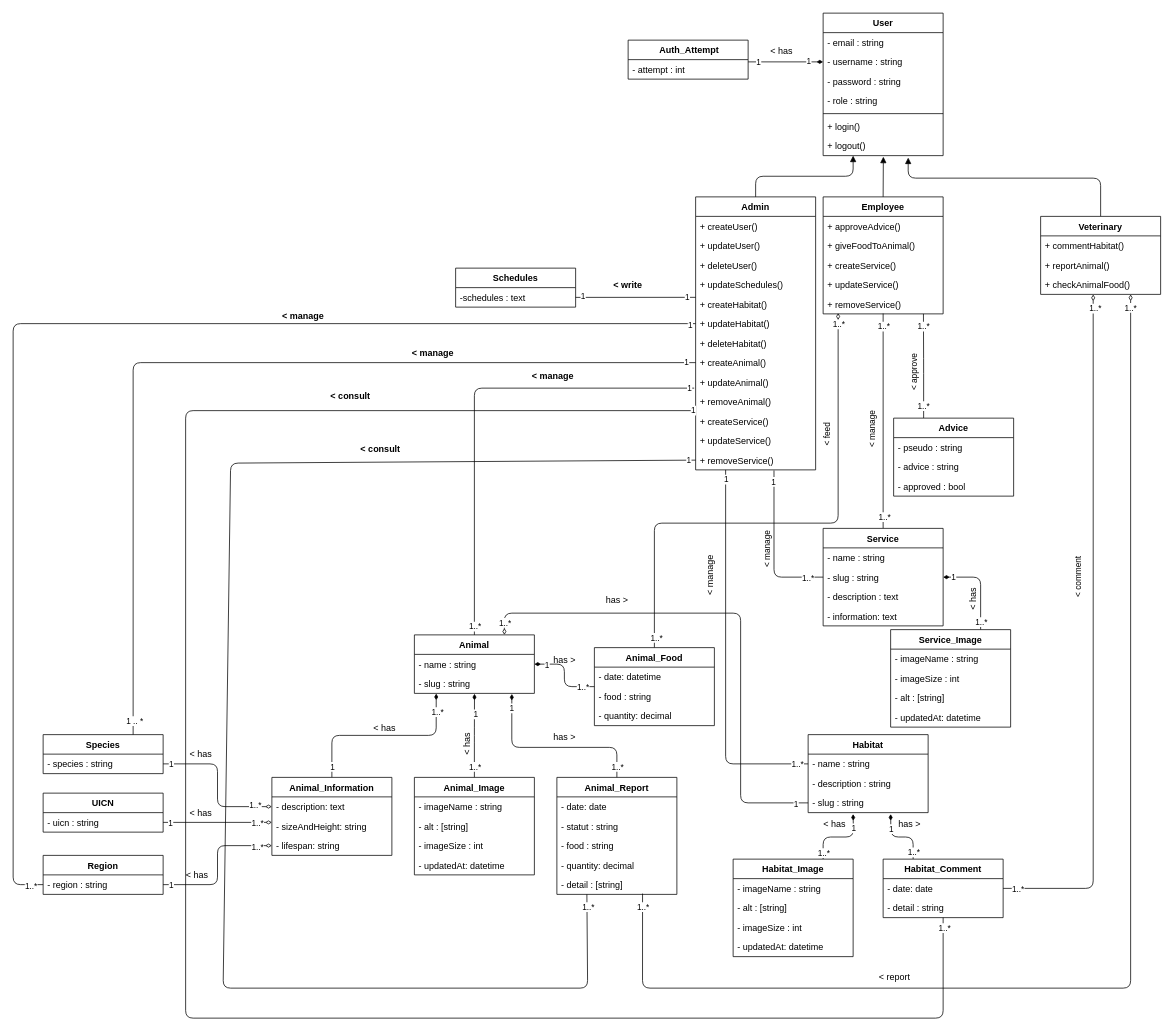
YoanMen/arcadia-symfony keeps this draw.io diagram as documents/diagramme-de-class.drawio. Above is the earlier version. Source tidied: cells renumbered, new cells numbered last; positions are measured from the earlier drawing's top-left corner, leaving out a move shared by most shapes. Both pictures are drawn from the tidied source at 75%, with x=0, y=0 at pixel (13, 13).
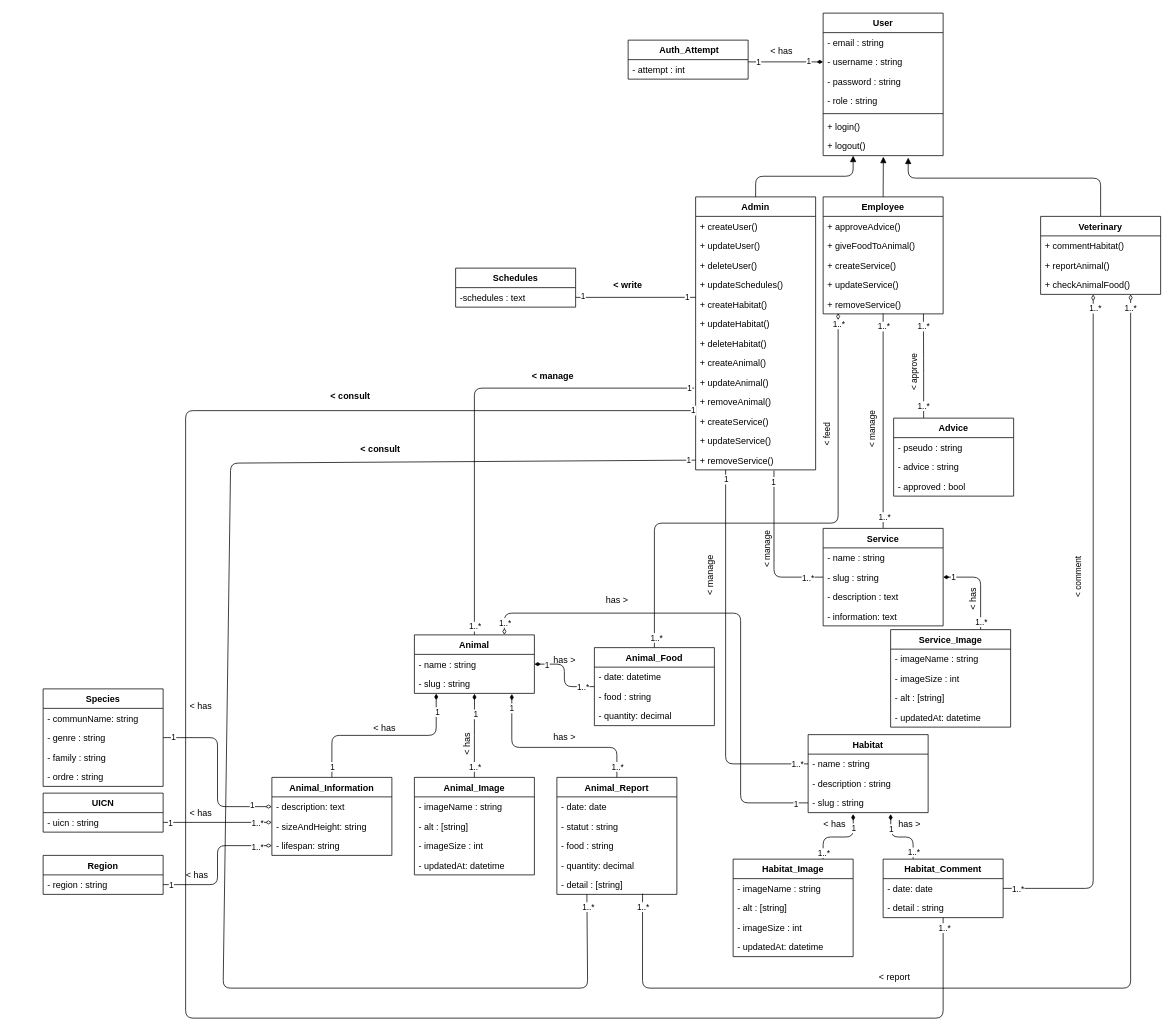
After the change.

Unchanged cells that the change refers to:
```xml
<mxCell id="17" value="+ updateHabitat()" style="text;strokeColor=none;fillColor=none;align=left;verticalAlign=top;spacingLeft=4;spacingRight=4;overflow=hidden;points=[[0,0.5],[1,0.5]];portConstraint=eastwest;" parent="11" vertex="1">
  <mxGeometry y="156" width="160" height="26" as="geometry" />
</mxCell>
<mxCell id="19" value="+ createAnimal()" style="text;strokeColor=none;fillColor=none;align=left;verticalAlign=top;spacingLeft=4;spacingRight=4;overflow=hidden;points=[[0,0.5],[1,0.5]];portConstraint=eastwest;" parent="11" vertex="1">
  <mxGeometry y="208" width="160" height="26" as="geometry" />
</mxCell>
<mxCell id="82" style="edgeStyle=orthogonalEdgeStyle;html=1;exitX=0.5;exitY=0;exitDx=0;exitDy=0;endArrow=diamondThin;endFill=1;entryX=0.182;entryY=1.011;entryDx=0;entryDy=0;entryPerimeter=0;" parent="1" edge="1" source="85" target="45">
  <mxGeometry relative="1" as="geometry" />
</mxCell>
<mxCell id="176" value="- region : string" style="text;strokeColor=none;fillColor=none;align=left;verticalAlign=top;spacingLeft=4;spacingRight=4;overflow=hidden;points=[[0,0.5],[1,0.5]];portConstraint=eastwest;" parent="175" vertex="1">
  <mxGeometry y="26" width="160" height="26" as="geometry" />
</mxCell>
<mxCell id="182" style="edgeStyle=orthogonalEdgeStyle;html=1;exitX=1;exitY=0.5;exitDx=0;exitDy=0;entryX=0;entryY=0.5;entryDx=0;entryDy=0;endArrow=diamondThin;endFill=0;" parent="1" edge="1" source="181" target="86">
  <mxGeometry relative="1" as="geometry" />
</mxCell>
```

Diff of the diagram source:
```diff
@@
-    <mxCell id="84" value="1..*" style="edgeLabel;html=1;align=center;verticalAlign=middle;" parent="82" vertex="1">
+    <mxCell id="84" value="1" style="edgeLabel;html=1;align=center;verticalAlign=middle;" parent="82" vertex="1">
       <mxGeometry x="0.89" y="-1" relative="1" as="geometry">
         <mxPoint y="10" as="offset" />
       </mxGeometry>
     </mxCell>
@@
     <mxCell id="180" value="Species" style="swimlane;fontStyle=1;align=center;verticalAlign=top;horizontal=1;startSize=26;" parent="1" vertex="1">
-      <mxGeometry x="40" y="962" width="160" height="52" as="geometry" />
+      <mxGeometry x="40" y="901" width="160" height="130" as="geometry" />
     </mxCell>
+    <mxCell id="196" value="- communName: string" style="text;strokeColor=none;fillColor=none;align=left;verticalAlign=top;spacingLeft=4;spacingRight=4;overflow=hidden;" parent="180" vertex="1">
+      <mxGeometry y="26" width="160" height="26" as="geometry" />
+    </mxCell>
-    <mxCell id="181" value="- species : string" style="text;strokeColor=none;fillColor=none;align=left;verticalAlign=top;spacingLeft=4;spacingRight=4;overflow=hidden;points=[[0,0.5],[1,0.5]];portConstraint=eastwest;" parent="180" vertex="1">
-      <mxGeometry y="26" width="160" height="26" as="geometry" />
+    <mxCell id="181" value="- genre : string" style="text;strokeColor=none;fillColor=none;align=left;verticalAlign=top;spacingLeft=4;spacingRight=4;overflow=hidden;points=[[0,0.5],[1,0.5]];portConstraint=eastwest;" parent="180" vertex="1">
+      <mxGeometry y="52" width="160" height="26" as="geometry" />
     </mxCell>
+    <mxCell id="197" value="- family : string&#10;" style="text;strokeColor=none;fillColor=none;align=left;verticalAlign=top;spacingLeft=4;spacingRight=4;overflow=hidden;" parent="180" vertex="1">
+      <mxGeometry y="78" width="160" height="26" as="geometry" />
+    </mxCell>
+    <mxCell id="198" value="- ordre : string" style="text;strokeColor=none;fillColor=none;align=left;verticalAlign=top;spacingLeft=4;spacingRight=4;overflow=hidden;" parent="180" vertex="1">
+      <mxGeometry y="104" width="160" height="26" as="geometry" />
+    </mxCell>
@@
-    <mxCell id="184" value="1..*" style="edgeLabel;html=1;align=center;verticalAlign=middle;" parent="182" vertex="1">
+    <mxCell id="184" value="1" style="edgeLabel;html=1;align=center;verticalAlign=middle;" parent="182" vertex="1">
       <mxGeometry x="0.77" y="3" relative="1" as="geometry" />
     </mxCell>
@@
     <mxCell id="186" value="&amp;lt; has" style="text;html=1;align=center;verticalAlign=middle;strokeColor=none;fillColor=none;" parent="1" vertex="1">
-      <mxGeometry x="225" y="973" width="50" height="30" as="geometry" />
+      <mxGeometry x="225" y="909" width="50" height="30" as="geometry" />
     </mxCell>
@@
-    <mxCell id="188" style="edgeStyle=orthogonalEdgeStyle;html=1;exitX=0;exitY=0.5;exitDx=0;exitDy=0;entryX=0.75;entryY=0;entryDx=0;entryDy=0;endArrow=none;endFill=0;" parent="1" edge="1" source="19" target="180">
-      <mxGeometry relative="1" as="geometry" />
-    </mxCell>
-    <mxCell id="189" value="1 .. *" style="edgeLabel;html=1;align=center;verticalAlign=middle;" parent="188" vertex="1">
-      <mxGeometry x="0.97" y="1" relative="1" as="geometry" />
-    </mxCell>
-    <mxCell id="190" value="1" style="edgeLabel;html=1;align=center;verticalAlign=middle;" parent="188" vertex="1">
-      <mxGeometry x="-0.97" y="-2" relative="1" as="geometry">
-        <mxPoint x="6" as="offset" />
-      </mxGeometry>
-    </mxCell>
-    <mxCell id="191" style="edgeStyle=orthogonalEdgeStyle;html=1;exitX=0;exitY=0.5;exitDx=0;exitDy=0;endArrow=none;endFill=0;" parent="1" edge="1" source="176" target="17">
-      <mxGeometry relative="1" as="geometry">
-        <Array as="points">
-          <mxPoint y="1162" />
-          <mxPoint y="414" />
-        </Array>
-      </mxGeometry>
-    </mxCell>
-    <mxCell id="192" value="1..*" style="edgeLabel;html=1;align=center;verticalAlign=middle;" parent="191" vertex="1">
-      <mxGeometry x="-0.98" y="1" relative="1" as="geometry" />
-    </mxCell>
-    <mxCell id="193" value="1" style="edgeLabel;html=1;align=center;verticalAlign=middle;" parent="191" vertex="1">
-      <mxGeometry x="0.99" y="-1" relative="1" as="geometry" />
-    </mxCell>
-    <mxCell id="194" value="&lt; manage" style="text;align=center;fontStyle=1;verticalAlign=middle;spacingLeft=3;spacingRight=3;strokeColor=none;" parent="1" vertex="1">
-      <mxGeometry x="520" y="440" width="80" height="26" as="geometry" />
-    </mxCell>
-    <mxCell id="195" value="&lt; manage" style="text;align=center;fontStyle=1;verticalAlign=middle;spacingLeft=3;spacingRight=3;strokeColor=none;" parent="1" vertex="1">
-      <mxGeometry x="347" y="390" width="80" height="26" as="geometry" />
-    </mxCell>
```
